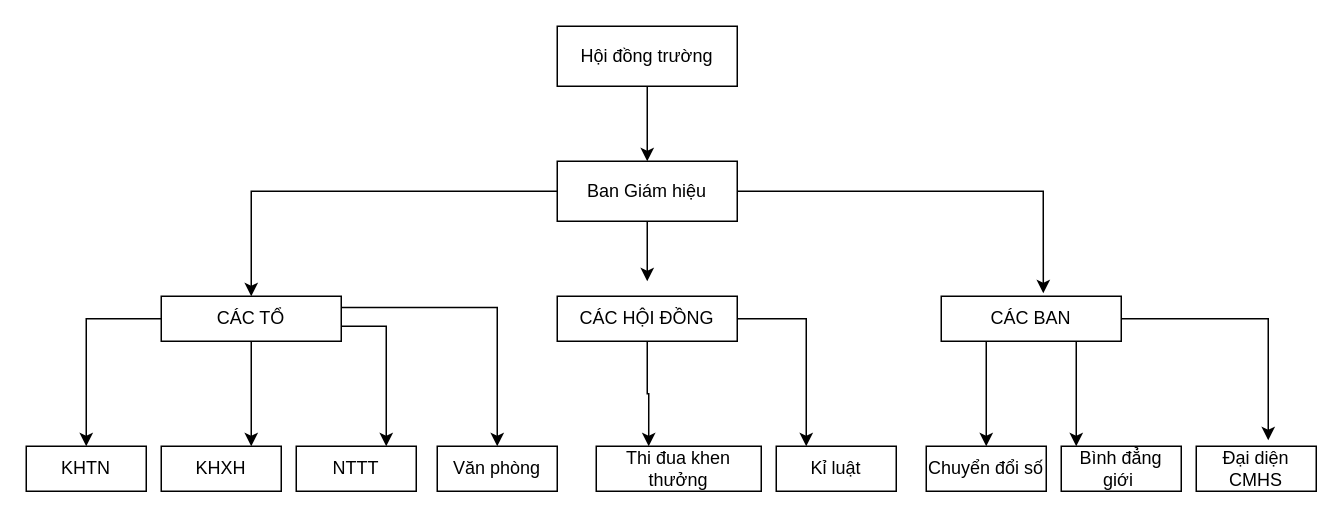
This is so-do-to-chuc-bo-may.drawio from huyle84/diagrams, a draw.io file, before an edit. Source tidied: cells renumbered, new cells numbered last; positions are measured from the earlier drawing's top-left corner, leaving out a move shared by most shapes. Both pictures are drawn from the tidied source at 150%, with x=0, y=0 at pixel (26, 26).
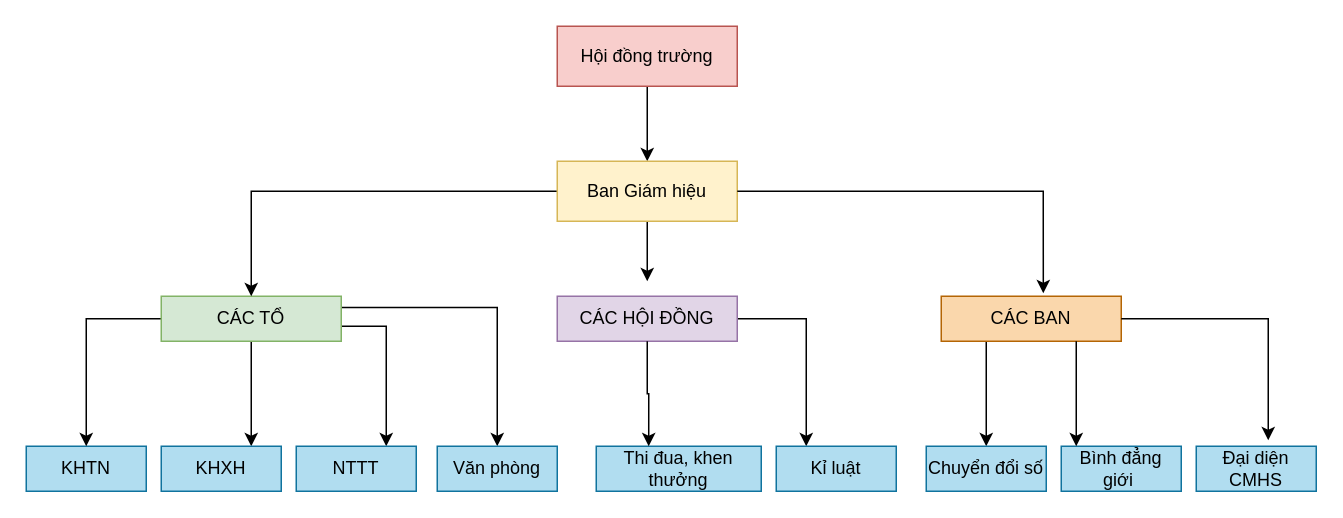
The same page after the edit.

The edit, as a diff of the source:
```diff
@@
-    <mxCell id="2" value="KHTN" style="rounded=0;whiteSpace=wrap;html=1;" parent="1" vertex="1">
+    <mxCell id="2" value="KHTN" style="rounded=0;whiteSpace=wrap;html=1;fillColor=#b1ddf0;strokeColor=#10739e;" parent="1" vertex="1">
       <mxGeometry y="280" width="80" height="30" as="geometry" />
     </mxCell>
@@
-    <mxCell id="7" value="CÁC TỔ" style="rounded=0;whiteSpace=wrap;html=1;" parent="1" vertex="1">
+    <mxCell id="7" value="CÁC TỔ" style="rounded=0;whiteSpace=wrap;html=1;fillColor=#d5e8d4;strokeColor=#82b366;" parent="1" vertex="1">
       <mxGeometry x="90" y="180" width="120" height="30" as="geometry" />
     </mxCell>
@@
-    <mxCell id="9" value="Hội đồng trường" style="rounded=0;whiteSpace=wrap;html=1;" parent="1" vertex="1">
+    <mxCell id="9" value="Hội đồng trường" style="rounded=0;whiteSpace=wrap;html=1;fillColor=#f8cecc;strokeColor=#b85450;" parent="1" vertex="1">
       <mxGeometry x="354" width="120" height="40" as="geometry" />
     </mxCell>
@@
-    <mxCell id="12" value="Ban Giám hiệu" style="rounded=0;whiteSpace=wrap;html=1;" parent="1" vertex="1">
+    <mxCell id="12" value="Ban Giám hiệu" style="rounded=0;whiteSpace=wrap;html=1;fillColor=#fff2cc;strokeColor=#d6b656;" parent="1" vertex="1">
       <mxGeometry x="354" y="90" width="120" height="40" as="geometry" />
     </mxCell>
@@
-    <mxCell id="14" value="CÁC HỘI ĐỒNG" style="rounded=0;whiteSpace=wrap;html=1;" parent="1" vertex="1">
+    <mxCell id="14" value="CÁC HỘI ĐỒNG" style="rounded=0;whiteSpace=wrap;html=1;fillColor=#e1d5e7;strokeColor=#9673a6;" parent="1" vertex="1">
       <mxGeometry x="354" y="180" width="120" height="30" as="geometry" />
     </mxCell>
-    <mxCell id="15" value="KHXH" style="rounded=0;whiteSpace=wrap;html=1;" parent="1" vertex="1">
+    <mxCell id="15" value="KHXH" style="rounded=0;whiteSpace=wrap;html=1;fillColor=#b1ddf0;strokeColor=#10739e;" parent="1" vertex="1">
       <mxGeometry x="90" y="280" width="80" height="30" as="geometry" />
     </mxCell>
-    <mxCell id="16" value="NTTT" style="rounded=0;whiteSpace=wrap;html=1;" parent="1" vertex="1">
+    <mxCell id="16" value="NTTT" style="rounded=0;whiteSpace=wrap;html=1;fillColor=#b1ddf0;strokeColor=#10739e;" parent="1" vertex="1">
       <mxGeometry x="180" y="280" width="80" height="30" as="geometry" />
     </mxCell>
-    <mxCell id="17" value="Văn phòng" style="rounded=0;whiteSpace=wrap;html=1;" parent="1" vertex="1">
+    <mxCell id="17" value="Văn phòng" style="rounded=0;whiteSpace=wrap;html=1;fillColor=#b1ddf0;strokeColor=#10739e;" parent="1" vertex="1">
       <mxGeometry x="274" y="280" width="80" height="30" as="geometry" />
     </mxCell>
-    <mxCell id="18" value="Thi đua khen thưởng" style="rounded=0;whiteSpace=wrap;html=1;" parent="1" vertex="1">
+    <mxCell id="18" value="Thi đua, khen thưởng" style="rounded=0;whiteSpace=wrap;html=1;fillColor=#b1ddf0;strokeColor=#10739e;" parent="1" vertex="1">
       <mxGeometry x="380" y="280" width="110" height="30" as="geometry" />
     </mxCell>
-    <mxCell id="19" value="Kỉ luật" style="rounded=0;whiteSpace=wrap;html=1;" parent="1" vertex="1">
+    <mxCell id="19" value="Kỉ luật" style="rounded=0;whiteSpace=wrap;html=1;fillColor=#b1ddf0;strokeColor=#10739e;" parent="1" vertex="1">
       <mxGeometry x="500" y="280" width="80" height="30" as="geometry" />
     </mxCell>
@@
-    <mxCell id="21" value="CÁC BAN" style="rounded=0;whiteSpace=wrap;html=1;" parent="1" vertex="1">
+    <mxCell id="21" value="CÁC BAN" style="rounded=0;whiteSpace=wrap;html=1;fillColor=#fad7ac;strokeColor=#b46504;" parent="1" vertex="1">
       <mxGeometry x="610" y="180" width="120" height="30" as="geometry" />
     </mxCell>
-    <mxCell id="22" value="Chuyển đổi số" style="rounded=0;whiteSpace=wrap;html=1;" parent="1" vertex="1">
+    <mxCell id="22" value="Chuyển đổi số" style="rounded=0;whiteSpace=wrap;html=1;fillColor=#b1ddf0;strokeColor=#10739e;" parent="1" vertex="1">
       <mxGeometry x="600" y="280" width="80" height="30" as="geometry" />
     </mxCell>
-    <mxCell id="23" value="Bình đẳng giới&amp;nbsp;" style="rounded=0;whiteSpace=wrap;html=1;" parent="1" vertex="1">
+    <mxCell id="23" value="Bình đẳng giới&amp;nbsp;" style="rounded=0;whiteSpace=wrap;html=1;fillColor=#b1ddf0;strokeColor=#10739e;" parent="1" vertex="1">
       <mxGeometry x="690" y="280" width="80" height="30" as="geometry" />
     </mxCell>
@@
-    <mxCell id="27" value="Đại diện CMHS" style="rounded=0;whiteSpace=wrap;html=1;" parent="1" vertex="1">
+    <mxCell id="27" value="Đại diện CMHS" style="rounded=0;whiteSpace=wrap;html=1;fillColor=#b1ddf0;strokeColor=#10739e;" parent="1" vertex="1">
       <mxGeometry x="780" y="280" width="80" height="30" as="geometry" />
     </mxCell>
```
